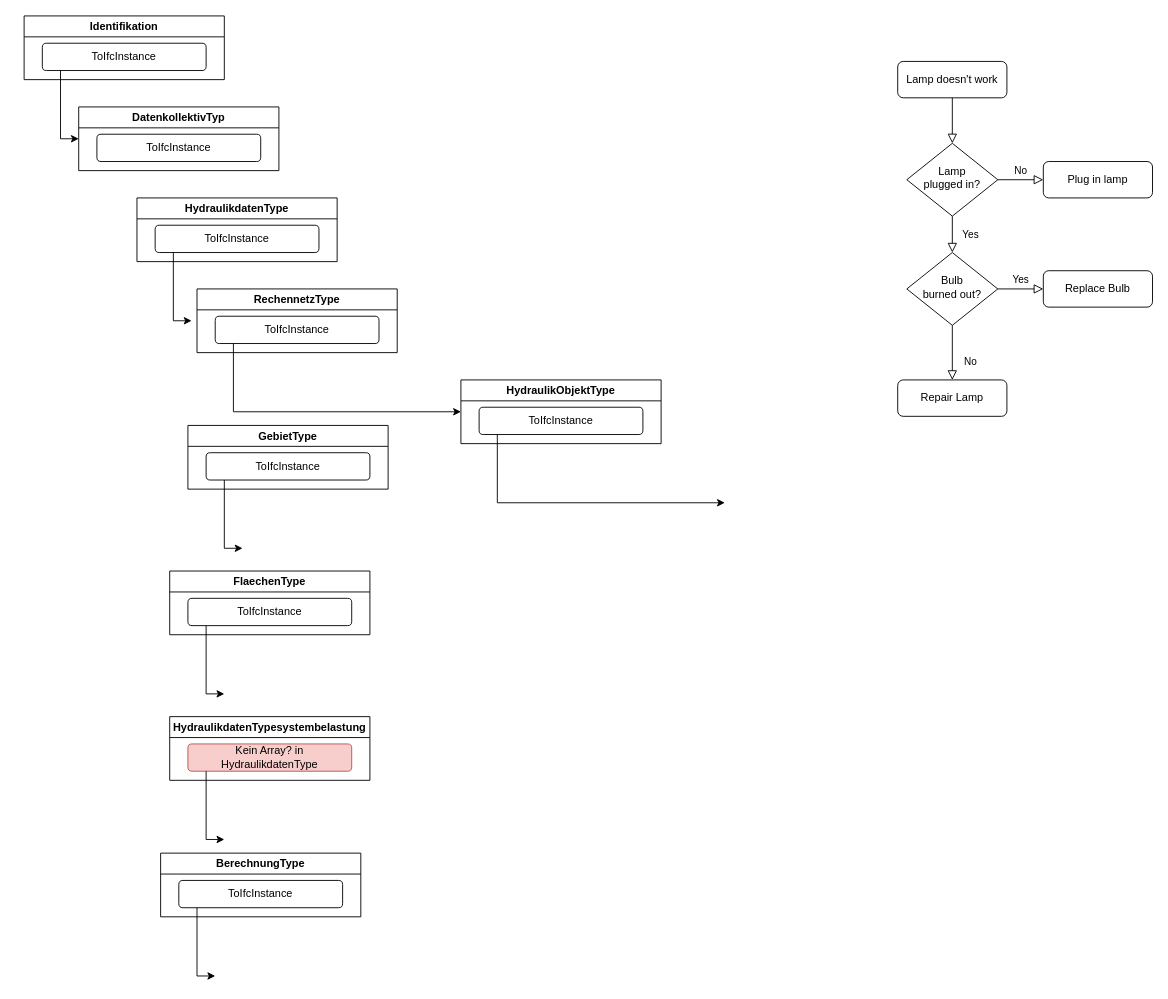
Before: ablaufdiagramm-Hydraulikdatenkollekitv.drawio in simonwb123/BA-ISYBAU, a draw.io diagram. Source tidied: cells renumbered, new cells numbered last; positions are measured from the earlier drawing's top-left corner, leaving out a move shared by most shapes. Both pictures are drawn from the tidied source at 91%, with x=0, y=0 at pixel (24, 15).
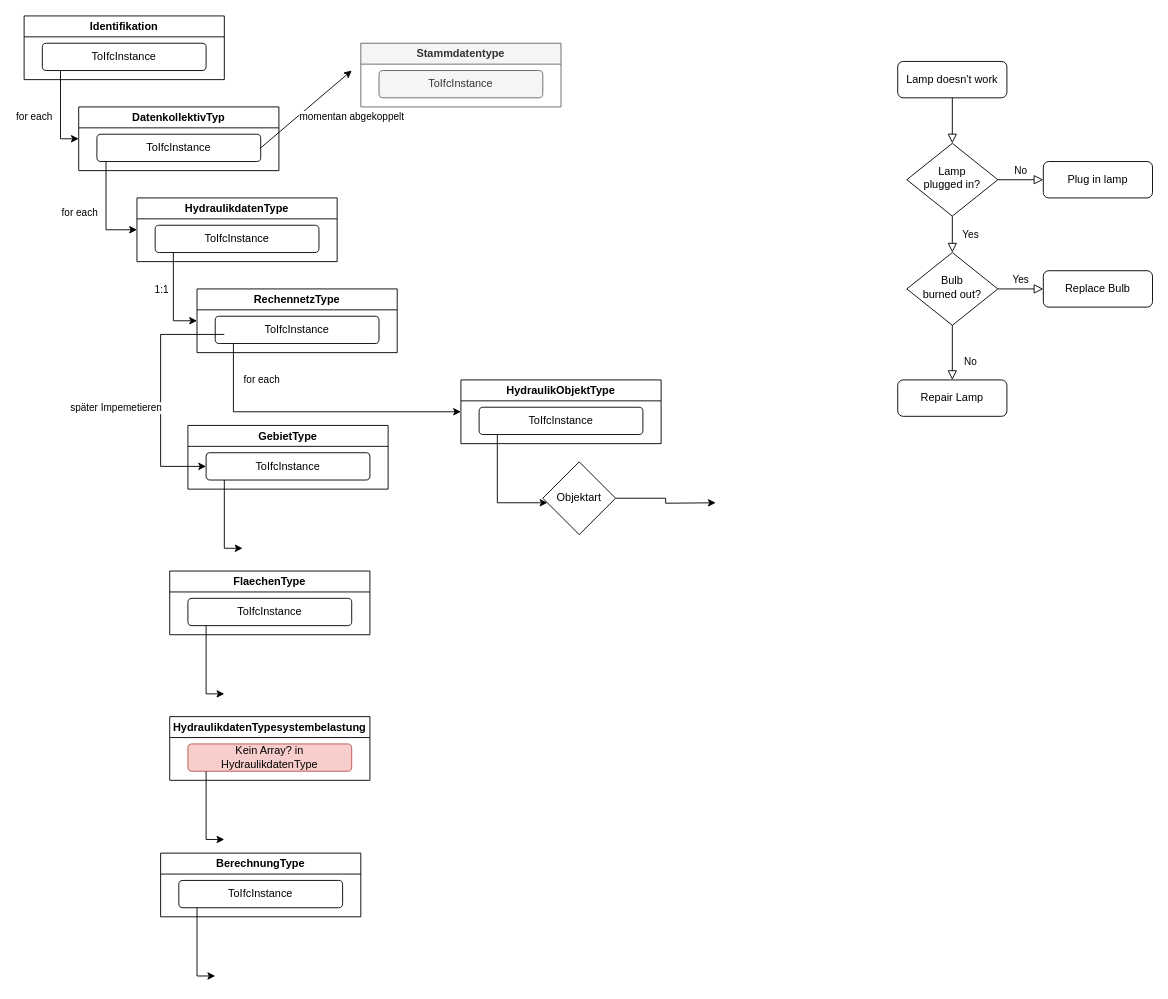
The same diagram, later.

Commit message:
erweiterung um Hydraulikobjekte

Unchanged cells that the change refers to:
```xml
<mxCell id="16" value="ToIfcInstance" style="rounded=1;whiteSpace=wrap;html=1;fontSize=12;glass=0;strokeWidth=1;shadow=0;" parent="15" vertex="1">
  <mxGeometry x="20" y="30" width="180" height="30" as="geometry" />
</mxCell>
<mxCell id="17" style="endArrow=classic;html=1;rounded=0;entryX=0;entryY=0.5;entryDx=0;entryDy=0;edgeStyle=orthogonalEdgeStyle;" parent="1" edge="1" target="15">
  <mxGeometry relative="1" as="geometry">
    <mxPoint x="40" y="60" as="sourcePoint" />
    <Array as="points">
      <mxPoint x="40" y="135" />
    </Array>
  </mxGeometry>
</mxCell>
<mxCell id="18" value="HydraulikdatenType" style="swimlane;whiteSpace=wrap;html=1;" parent="1" vertex="1">
  <mxGeometry x="124" y="200" width="220" height="70" as="geometry" />
</mxCell>
<mxCell id="21" value="RechennetzType" style="swimlane;whiteSpace=wrap;html=1;" parent="1" vertex="1">
  <mxGeometry x="190" y="300" width="220" height="70" as="geometry" />
</mxCell>
<mxCell id="23" style="endArrow=classic;html=1;rounded=0;edgeStyle=orthogonalEdgeStyle;" parent="1" edge="1">
  <mxGeometry relative="1" as="geometry">
    <mxPoint x="230" y="360" as="sourcePoint" />
    <mxPoint x="480" y="435" as="targetPoint" />
    <Array as="points">
      <mxPoint x="230" y="435" />
    </Array>
  </mxGeometry>
</mxCell>
<mxCell id="25" value="ToIfcInstance" style="rounded=1;whiteSpace=wrap;html=1;fontSize=12;glass=0;strokeWidth=1;shadow=0;" parent="24" vertex="1">
  <mxGeometry x="20" y="30" width="180" height="30" as="geometry" />
</mxCell>
```

Change to the diagram source:
```diff
@@
+    <mxCell id="39" value="for each" style="edgeLabel;html=1;align=center;verticalAlign=middle;" parent="17" vertex="1">
+      <mxGeometry x="-0.24" y="4" relative="1" as="geometry">
+        <mxPoint x="-34" y="14" as="offset" />
+      </mxGeometry>
+    </mxCell>
@@
-    <mxCell id="20" style="endArrow=classic;html=1;rounded=0;entryX=0;entryY=0.5;entryDx=0;entryDy=0;edgeStyle=orthogonalEdgeStyle;" parent="1" edge="1">
+    <mxCell id="20" style="endArrow=classic;html=1;rounded=0;entryX=0;entryY=0.5;entryDx=0;entryDy=0;edgeStyle=orthogonalEdgeStyle;" parent="1" edge="1" target="21">
       <mxGeometry relative="1" as="geometry">
         <mxPoint x="164" y="260" as="sourcePoint" />
-        <mxPoint x="184" y="335" as="targetPoint" />
         <Array as="points">
           <mxPoint x="164" y="335" />
         </Array>
       </mxGeometry>
     </mxCell>
+    <mxCell id="40" value="1:1" style="edgeLabel;html=1;align=center;verticalAlign=middle;" parent="20" vertex="1">
+      <mxGeometry x="-0.35" y="1" relative="1" as="geometry">
+        <mxPoint x="-15" y="7" as="offset" />
+      </mxGeometry>
+    </mxCell>
@@
+    <mxCell id="41" style="endArrow=classic;html=1;rounded=0;entryX=0;entryY=0.5;entryDx=0;entryDy=0;edgeStyle=orthogonalEdgeStyle;" parent="21" edge="1" target="25">
+      <mxGeometry relative="1" as="geometry">
+        <mxPoint x="30" y="50" as="sourcePoint" />
+        <Array as="points">
+          <mxPoint x="-40" y="50" />
+          <mxPoint x="-40" y="195" />
+        </Array>
+      </mxGeometry>
+    </mxCell>
+    <mxCell id="42" value="später Impemetieren" style="edgeLabel;html=1;align=center;verticalAlign=middle;" parent="41" vertex="1">
+      <mxGeometry x="0.04" y="-3" relative="1" as="geometry">
+        <mxPoint x="-47" y="12" as="offset" />
+      </mxGeometry>
+    </mxCell>
@@
+    <mxCell id="43" value="for each" style="edgeLabel;html=1;align=center;verticalAlign=middle;" parent="23" vertex="1">
+      <mxGeometry x="-0.74" y="-2" relative="1" as="geometry">
+        <mxPoint x="32" y="-3" as="offset" />
+      </mxGeometry>
+    </mxCell>
@@
-    <mxCell id="38" style="endArrow=classic;html=1;rounded=0;edgeStyle=orthogonalEdgeStyle;" parent="1" edge="1">
+    <mxCell id="38" style="endArrow=classic;html=1;rounded=0;edgeStyle=orthogonalEdgeStyle;" parent="1" edge="1" source="51">
       <mxGeometry relative="1" as="geometry">
-        <mxPoint x="520" y="460" as="sourcePoint" />
-        <mxPoint x="770" y="535" as="targetPoint" />
-        <Array as="points">
-          <mxPoint x="520" y="535" />
-        </Array>
+        <mxPoint x="760" y="535" as="targetPoint" />
       </mxGeometry>
     </mxCell>
+    <mxCell id="44" style="endArrow=classic;html=1;rounded=0;entryX=0;entryY=0.5;entryDx=0;entryDy=0;edgeStyle=orthogonalEdgeStyle;" parent="1" edge="1" target="18">
+      <mxGeometry relative="1" as="geometry">
+        <mxPoint x="90" y="160" as="sourcePoint" />
+        <Array as="points">
+          <mxPoint x="90" y="235" />
+        </Array>
+      </mxGeometry>
+    </mxCell>
+    <mxCell id="45" value="for each" style="edgeLabel;html=1;align=center;verticalAlign=middle;" parent="44" vertex="1">
+      <mxGeometry x="-0.24" y="4" relative="1" as="geometry">
+        <mxPoint x="-34" y="14" as="offset" />
+      </mxGeometry>
+    </mxCell>
+    <mxCell id="46" style="endArrow=classic;html=1;rounded=0;exitX=1;exitY=0.5;exitDx=0;exitDy=0;" parent="1" edge="1" source="16">
+      <mxGeometry relative="1" as="geometry">
+        <mxPoint x="360" y="60" as="targetPoint" />
+      </mxGeometry>
+    </mxCell>
+    <mxCell id="47" value="momentan abgekoppelt" style="edgeLabel;html=1;align=center;verticalAlign=middle;" parent="46" vertex="1">
+      <mxGeometry x="0.01" y="1" relative="1" as="geometry">
+        <mxPoint x="50" y="9" as="offset" />
+      </mxGeometry>
+    </mxCell>
+    <mxCell id="48" value="Stammdatentype" style="swimlane;whiteSpace=wrap;html=1;fillColor=#f5f5f5;fontColor=#333333;strokeColor=#666666;" parent="1" vertex="1">
+      <mxGeometry x="370" y="30" width="220" height="70" as="geometry" />
+    </mxCell>
+    <mxCell id="49" value="ToIfcInstance" style="rounded=1;whiteSpace=wrap;html=1;fontSize=12;glass=0;strokeWidth=1;shadow=0;fillColor=#f5f5f5;fontColor=#333333;strokeColor=#666666;" parent="48" vertex="1">
+      <mxGeometry x="20" y="30" width="180" height="30" as="geometry" />
+    </mxCell>
+    <mxCell id="50" style="endArrow=classic;html=1;rounded=0;edgeStyle=orthogonalEdgeStyle;" parent="1" edge="1" target="51">
+      <mxGeometry relative="1" as="geometry">
+        <mxPoint x="520" y="460" as="sourcePoint" />
+        <Array as="points">
+          <mxPoint x="520" y="535" />
+        </Array>
+      </mxGeometry>
+    </mxCell>
+    <mxCell id="51" value="Objektart" style="rhombus;whiteSpace=wrap;html=1;" parent="1" vertex="1">
+      <mxGeometry x="570" y="490" width="80" height="80" as="geometry" />
+    </mxCell>
```
